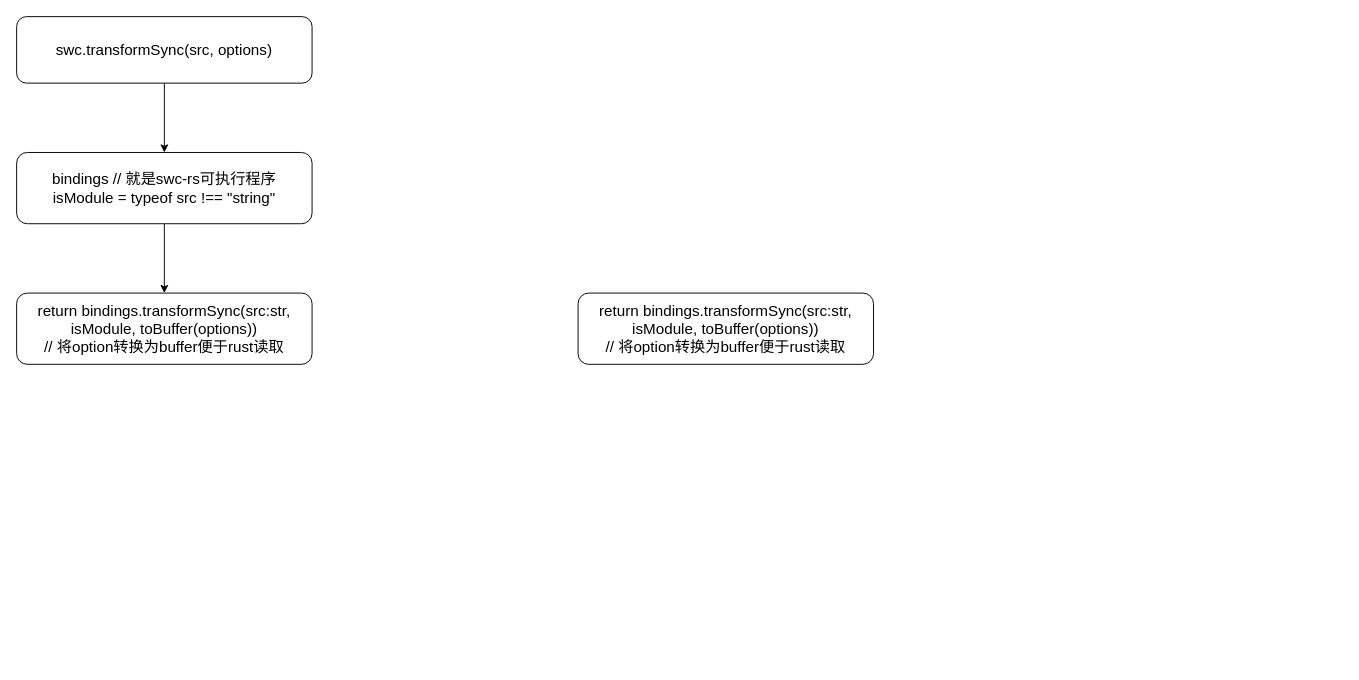
ccctw-ma/source-code-learning keeps this draw.io diagram as swc.drawio. Above is the earlier version. Source tidied: cells renumbered, new cells numbered last; positions are measured from the earlier drawing's top-left corner, leaving out a move shared by most shapes. Both pictures are drawn from the tidied source at 95%, with x=0, y=0 at pixel (16, 16).
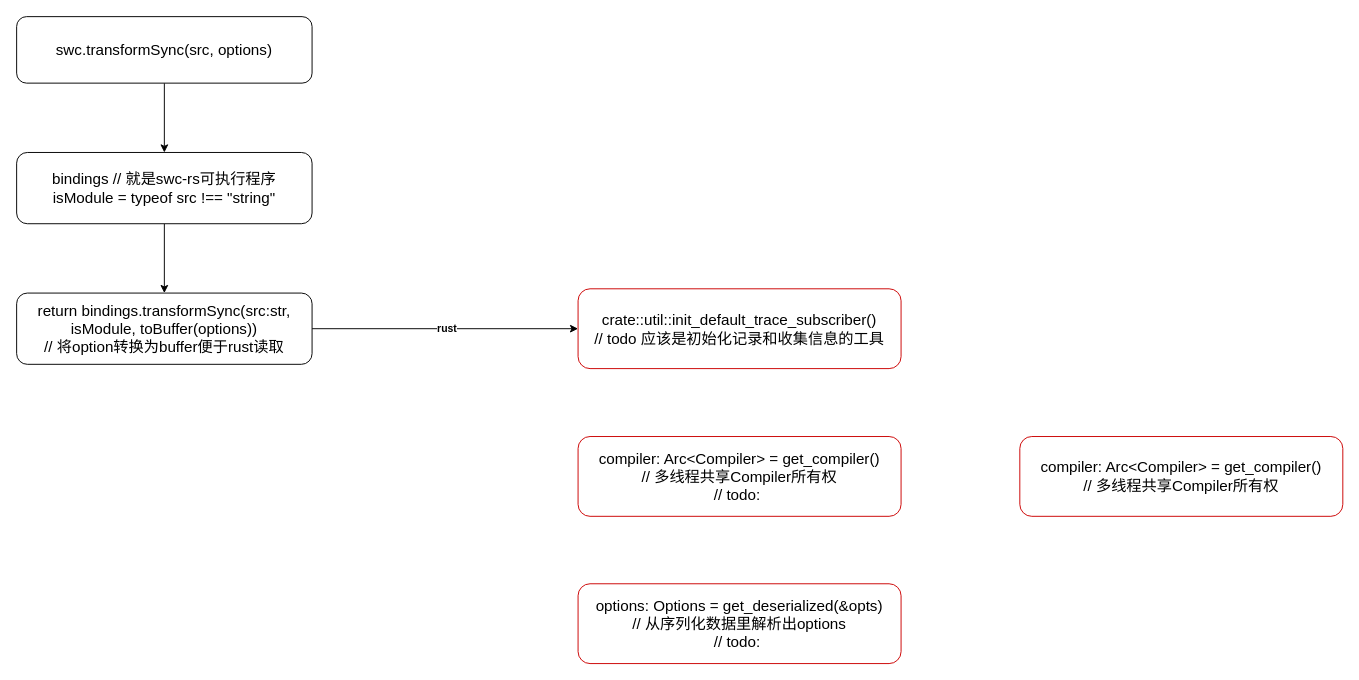
Above is the later version.

What changed in the source:
```diff
@@
 <mxGraphModel>
   <root>
     <mxCell id="0" />
     <mxCell id="1" parent="0" />
     <mxCell id="2" style="edgeStyle=orthogonalEdgeStyle;rounded=0;jettySize=auto;html=1;exitX=0.5;exitY=1;exitDx=0;exitDy=0;entryX=0.5;entryY=0;entryDx=0;entryDy=0;" parent="1" edge="1" source="3" target="5">
       <mxGeometry relative="1" as="geometry" />
     </mxCell>
     <mxCell id="3" value="&lt;font style=&quot;font-size: 16px;&quot;&gt;swc.transformSync(src, options)&lt;/font&gt;" style="rounded=1;whiteSpace=wrap;html=1;" parent="1" vertex="1">
       <mxGeometry width="311" height="70" as="geometry" />
     </mxCell>
     <mxCell id="4" style="edgeStyle=orthogonalEdgeStyle;rounded=0;jettySize=auto;html=1;exitX=0.5;exitY=1;exitDx=0;exitDy=0;entryX=0.5;entryY=0;entryDx=0;entryDy=0;" parent="1" edge="1" source="5" target="6">
       <mxGeometry relative="1" as="geometry" />
     </mxCell>
     <mxCell id="5" value="&lt;font style=&quot;font-size: 16px;&quot;&gt;bindings // 就是swc-rs可执行程序&lt;br&gt;isModule = typeof src !== &quot;string&quot;&lt;br&gt;&lt;/font&gt;" style="rounded=1;whiteSpace=wrap;html=1;" parent="1" vertex="1">
       <mxGeometry y="143" width="311" height="75" as="geometry" />
     </mxCell>
+    <mxCell id="8" style="edgeStyle=orthogonalEdgeStyle;rounded=0;jettySize=auto;html=1;exitX=1;exitY=0.5;exitDx=0;exitDy=0;entryX=0;entryY=0.5;entryDx=0;entryDy=0;" parent="1" edge="1" source="6" target="7">
+      <mxGeometry relative="1" as="geometry" />
+    </mxCell>
+    <mxCell id="9" value="rust" style="edgeLabel;html=1;align=center;verticalAlign=middle;fontStyle=1;" parent="8" vertex="1">
+      <mxGeometry x="0.01" y="-1" relative="1" as="geometry">
+        <mxPoint y="-2" as="offset" />
+      </mxGeometry>
+    </mxCell>
     <mxCell id="6" value="&lt;font style=&quot;font-size: 16px;&quot;&gt;return bindings.transformSync(src:str,&lt;br&gt;isModule, toBuffer(options))&lt;br&gt;// 将option转换为buffer便于rust读取&lt;br&gt;&lt;/font&gt;" style="rounded=1;whiteSpace=wrap;html=1;" parent="1" vertex="1">
       <mxGeometry y="291" width="311" height="75" as="geometry" />
     </mxCell>
-    <mxCell id="7" value="&lt;font style=&quot;font-size: 16px;&quot;&gt;return bindings.transformSync(src:str,&lt;br&gt;isModule, toBuffer(options))&lt;br&gt;// 将option转换为buffer便于rust读取&lt;br&gt;&lt;/font&gt;" style="rounded=1;whiteSpace=wrap;html=1;" parent="1" vertex="1">
-      <mxGeometry x="591" y="291" width="311" height="75" as="geometry" />
+    <mxCell id="7" value="&lt;font style=&quot;font-size: 16px;&quot;&gt;crate::util::init_default_trace_subscriber()&lt;br&gt;// todo 应该是初始化记录和收集信息的工具&lt;br&gt;&lt;/font&gt;" style="rounded=1;whiteSpace=wrap;html=1;strokeColor=#CC0000;" parent="1" vertex="1">
+      <mxGeometry x="591" y="286.5" width="340" height="84" as="geometry" />
     </mxCell>
+    <mxCell id="10" value="&lt;font style=&quot;font-size: 16px;&quot;&gt;compiler: Arc&amp;lt;Compiler&amp;gt; = get_compiler()&lt;br&gt;// 多线程共享Compiler所有权&lt;br&gt;// todo:&amp;nbsp;&lt;br&gt;&lt;/font&gt;" style="rounded=1;whiteSpace=wrap;html=1;strokeColor=#CC0000;" parent="1" vertex="1">
+      <mxGeometry x="591" y="442" width="340" height="84" as="geometry" />
+    </mxCell>
+    <mxCell id="11" value="&lt;font style=&quot;font-size: 16px;&quot;&gt;compiler: Arc&amp;lt;Compiler&amp;gt; = get_compiler()&lt;br&gt;// 多线程共享Compiler所有权&lt;br&gt;&lt;/font&gt;" style="rounded=1;whiteSpace=wrap;html=1;strokeColor=#CC0000;" parent="1" vertex="1">
+      <mxGeometry x="1056" y="442" width="340" height="84" as="geometry" />
+    </mxCell>
+    <mxCell id="12" value="&lt;font style=&quot;font-size: 16px;&quot;&gt;options: Options = get_deserialized(&amp;amp;opts)&lt;br&gt;// 从序列化数据里解析出options&lt;br&gt;// todo:&amp;nbsp;&lt;br&gt;&lt;/font&gt;" style="rounded=1;whiteSpace=wrap;html=1;strokeColor=#CC0000;" parent="1" vertex="1">
+      <mxGeometry x="591" y="597" width="340" height="84" as="geometry" />
+    </mxCell>
   </root>
 </mxGraphModel>
```
